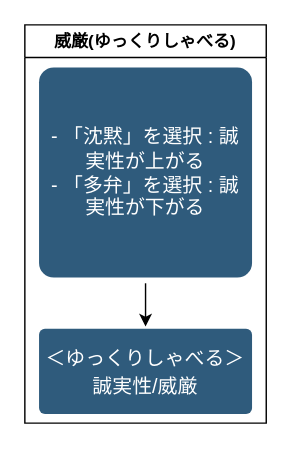
The draw.io diagram page "word" (1 of 2) of psy/read.drawio in minegishirei/draw_v1, before the edit. Source tidied: cells renumbered, new cells numbered last; positions are measured from the earlier drawing's top-left corner, leaving out a move shared by most shapes. Both pictures are drawn from the tidied source at 142%, with x=0, y=0 at pixel (24, 24).
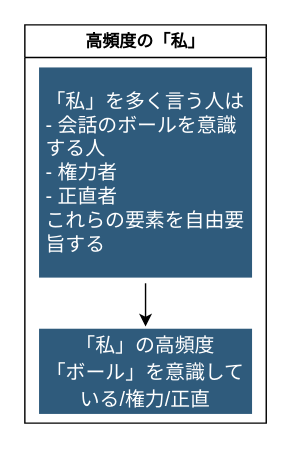
The same page after the edit.

Commit message (it also covers changes not shown here):
read.drawio を更新します

Change to the diagram source:
```diff
@@
 <mxGraphModel>
   <root>
     <mxCell id="0" />
     <mxCell id="1" parent="0" />
-    <mxCell id="2" value="威厳(ゆっくりしゃべる)" style="swimlane;whiteSpace=wrap;html=1;" parent="1" vertex="1">
+    <mxCell id="2" value="高頻度の「私」" style="swimlane;whiteSpace=wrap;html=1;" parent="1" vertex="1">
       <mxGeometry width="170" height="280.5" as="geometry" />
     </mxCell>
     <mxCell id="3" style="edgeStyle=orthogonalEdgeStyle;rounded=0;orthogonalLoop=1;jettySize=auto;html=1;entryX=0.5;entryY=0;entryDx=0;entryDy=0;" parent="2" edge="1">
       <mxGeometry relative="1" as="geometry">
         <mxPoint x="85" y="182" as="sourcePoint" />
         <mxPoint x="85" y="212.5" as="targetPoint" />
       </mxGeometry>
     </mxCell>
-    <mxCell id="4" value="&lt;div style=&quot;border-color: var(--border-color);&quot;&gt;- 「沈黙」を選択 : 誠実性が上がる&lt;/div&gt;&lt;div style=&quot;border-color: var(--border-color);&quot;&gt;- 「多弁」を選択 : 誠実性が下がる&lt;/div&gt;" style="rounded=1;whiteSpace=wrap;html=1;shadow=0;labelBackgroundColor=none;strokeColor=none;strokeWidth=3;fillColor=#2F5B7C;fontFamily=Helvetica;fontSize=14;fontColor=#FFFFFF;align=center;spacing=5;arcSize=7;perimeterSpacing=2;" parent="2" vertex="1">
+    <mxCell id="4" value="&lt;div style=&quot;border-color: var(--border-color);&quot;&gt;&lt;div style=&quot;border-color: var(--border-color);&quot;&gt;「私」を多く言う人は&lt;/div&gt;&lt;div style=&quot;border-color: var(--border-color);&quot;&gt;- 会話のボールを意識する人&lt;/div&gt;&lt;div style=&quot;border-color: var(--border-color);&quot;&gt;- 権力者&lt;/div&gt;&lt;div style=&quot;border-color: var(--border-color);&quot;&gt;- 正直者&lt;/div&gt;&lt;div style=&quot;border-color: var(--border-color);&quot;&gt;これらの要素を自由要旨する&lt;/div&gt;&lt;/div&gt;" style="rounded=1;whiteSpace=wrap;html=1;shadow=0;labelBackgroundColor=none;strokeColor=none;strokeWidth=3;fillColor=#2F5B7C;fontFamily=Helvetica;fontSize=14;fontColor=#FFFFFF;align=left;spacing=5;arcSize=0;perimeterSpacing=2;" parent="2" vertex="1">
       <mxGeometry x="10" y="30" width="150" height="148" as="geometry" />
     </mxCell>
-    <mxCell id="5" value="&lt;span style=&quot;font-weight: normal;&quot;&gt;&lt;font style=&quot;font-size: 14px;&quot;&gt;＜ゆっくりしゃべる＞誠実性/威厳&lt;/font&gt;&lt;/span&gt;" style="rounded=1;whiteSpace=wrap;html=1;shadow=0;labelBackgroundColor=none;strokeColor=none;strokeWidth=3;fillColor=#2F5B7C;fontFamily=Helvetica;fontSize=16;fontColor=#FFFFFF;align=center;fontStyle=1;spacing=5;arcSize=7;perimeterSpacing=2;" parent="2" vertex="1">
+    <mxCell id="5" value="&lt;span style=&quot;font-size: 14px; font-weight: 400;&quot;&gt;「私」の高頻度&lt;/span&gt;&lt;div&gt;&lt;span style=&quot;font-size: 14px; font-weight: 400;&quot;&gt;「ボール」を意識している/権力/正直&lt;/span&gt;&lt;br&gt;&lt;/div&gt;" style="rounded=1;whiteSpace=wrap;html=1;shadow=0;labelBackgroundColor=none;strokeColor=none;strokeWidth=3;fillColor=#2F5B7C;fontFamily=Helvetica;fontSize=16;fontColor=#FFFFFF;align=center;fontStyle=1;spacing=5;arcSize=0;perimeterSpacing=2;" parent="2" vertex="1">
       <mxGeometry x="10" y="214" width="150" height="60" as="geometry" />
     </mxCell>
   </root>
 </mxGraphModel>
```
